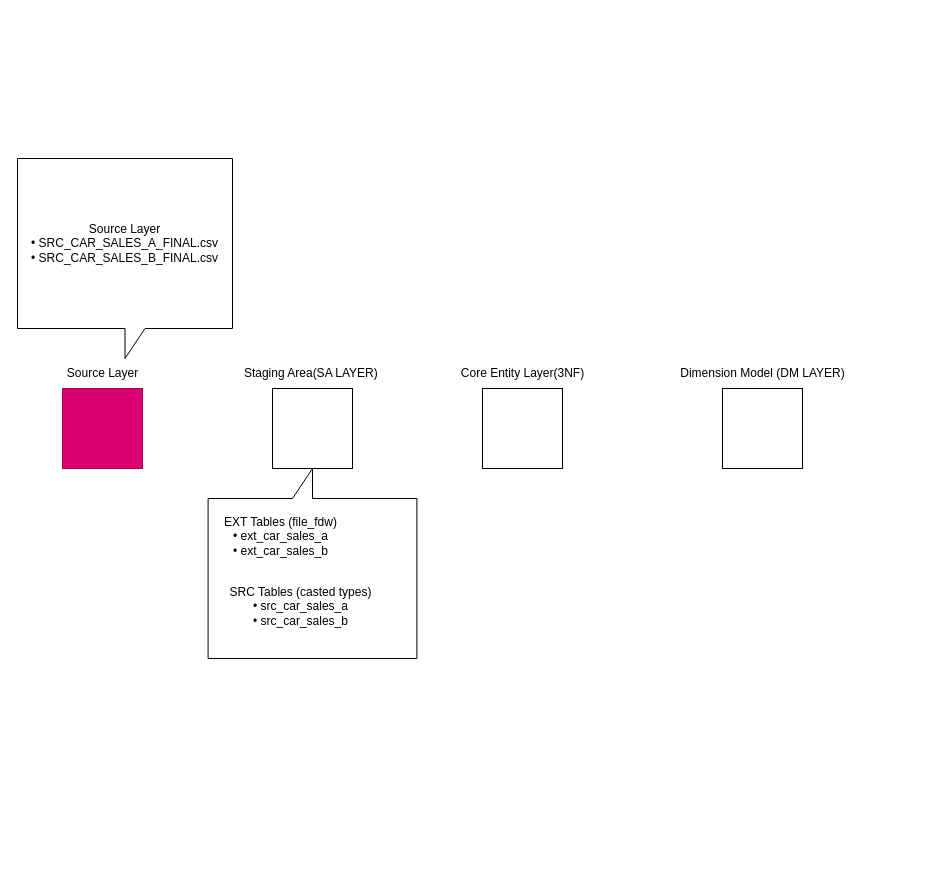
The draw.io diagram Task8.drawio in SergejusSG/git-demo1, before the edit. Source tidied: cells renumbered, new cells numbered last; positions are measured from the earlier drawing's top-left corner, leaving out a move shared by most shapes. Both pictures are drawn from the tidied source at 100%, with x=0, y=0 at pixel (17, 158).
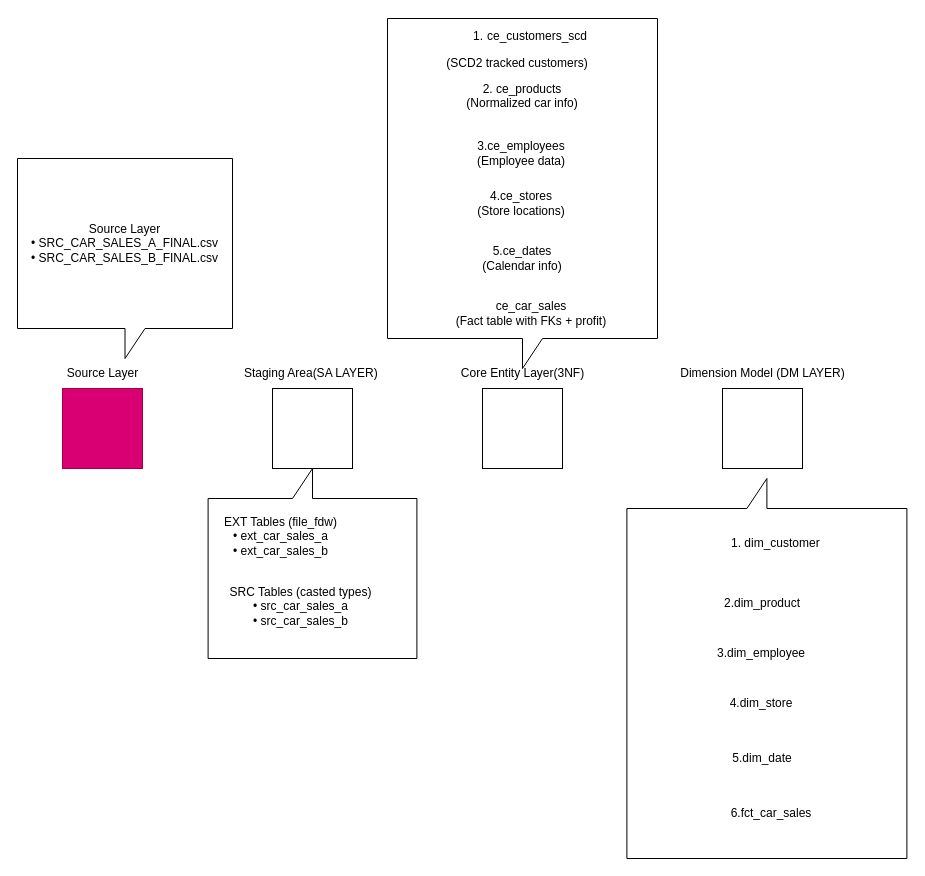
The same page after the edit.

What changed in the source:
```diff
@@
-    <mxCell id="11" style="shape=callout;whiteSpace=wrap;html=1;perimeter=calloutPerimeter;rotation=-180;" parent="1" vertex="1">
+    <mxCell id="11" style="shape=callout;whiteSpace=wrap;html=1;perimeter=calloutPerimeter;rotation=-180;fontColor=light-dark(#000000,#1846FF);" parent="1" vertex="1">
       <mxGeometry x="190.6" y="310" width="208.8" height="190" as="geometry" />
     </mxCell>
@@
+    <mxCell id="14" style="shape=callout;whiteSpace=wrap;html=1;perimeter=calloutPerimeter;" parent="1" vertex="1">
+      <mxGeometry x="370" y="-140" width="270" height="350" as="geometry" />
+    </mxCell>
+    <mxCell id="15" value="&lt;ol&gt;&lt;li&gt;ce_customers_scd&lt;br&gt;&lt;/li&gt;&lt;/ol&gt;(SCD2 tracked customers)" style="text;html=1;align=center;verticalAlign=middle;whiteSpace=wrap;rounded=0;" parent="1" vertex="1">
+      <mxGeometry x="385" y="-130" width="230" height="30" as="geometry" />
+    </mxCell>
+    <mxCell id="16" value="&lt;div&gt;2. ce_products&lt;/div&gt;&lt;div&gt;(Normalized car info)&lt;/div&gt;&lt;div&gt;&lt;br&gt;&lt;/div&gt;" style="text;html=1;align=center;verticalAlign=middle;whiteSpace=wrap;rounded=0;" parent="1" vertex="1">
+      <mxGeometry x="400" y="-70" width="210" height="30" as="geometry" />
+    </mxCell>
+    <mxCell id="17" value="3.ce_employees&lt;br&gt;(Employee data)" style="text;html=1;align=center;verticalAlign=middle;whiteSpace=wrap;rounded=0;" parent="1" vertex="1">
+      <mxGeometry x="394.4" y="-20" width="220" height="30" as="geometry" />
+    </mxCell>
+    <mxCell id="18" value="4.ce_stores&lt;br&gt;(Store locations)" style="text;html=1;align=center;verticalAlign=middle;whiteSpace=wrap;rounded=0;" parent="1" vertex="1">
+      <mxGeometry x="399.4" y="30" width="210" height="30" as="geometry" />
+    </mxCell>
+    <mxCell id="19" value="5.ce_dates&lt;br&gt;(Calendar info)" style="text;html=1;align=center;verticalAlign=middle;whiteSpace=wrap;rounded=0;" parent="1" vertex="1">
+      <mxGeometry x="395" y="85" width="220" height="30" as="geometry" />
+    </mxCell>
+    <mxCell id="20" value="ce_car_sales&#10;(Fact table with FKs + profit)" style="text;html=1;align=center;verticalAlign=middle;whiteSpace=wrap;rounded=0;" parent="1" vertex="1">
+      <mxGeometry x="399.4" y="140" width="230" height="30" as="geometry" />
+    </mxCell>
+    <mxCell id="21" style="shape=callout;whiteSpace=wrap;html=1;perimeter=calloutPerimeter;rotation=-180;" parent="1" vertex="1">
+      <mxGeometry x="609.4" y="320" width="280" height="380" as="geometry" />
+    </mxCell>
+    <mxCell id="22" value="&lt;ol&gt;&lt;li&gt;dim_customer&lt;/li&gt;&lt;/ol&gt;" style="text;html=1;align=center;verticalAlign=middle;whiteSpace=wrap;rounded=0;" parent="1" vertex="1">
+      <mxGeometry x="630" y="370" width="230" height="30" as="geometry" />
+    </mxCell>
+    <mxCell id="23" value="&lt;div&gt;2.dim_product&lt;/div&gt;" style="text;html=1;align=center;verticalAlign=middle;whiteSpace=wrap;rounded=0;" parent="1" vertex="1">
+      <mxGeometry x="640" y="430" width="210" height="30" as="geometry" />
+    </mxCell>
+    <mxCell id="24" value="3.dim_employee" style="text;html=1;align=center;verticalAlign=middle;whiteSpace=wrap;rounded=0;" parent="1" vertex="1">
+      <mxGeometry x="634.4" y="480" width="220" height="30" as="geometry" />
+    </mxCell>
+    <mxCell id="25" value="4.dim_store" style="text;html=1;align=center;verticalAlign=middle;whiteSpace=wrap;rounded=0;" parent="1" vertex="1">
+      <mxGeometry x="639.4" y="530" width="210" height="30" as="geometry" />
+    </mxCell>
+    <mxCell id="26" value="5.dim_date" style="text;html=1;align=center;verticalAlign=middle;whiteSpace=wrap;rounded=0;" parent="1" vertex="1">
+      <mxGeometry x="635" y="585" width="220" height="30" as="geometry" />
+    </mxCell>
+    <mxCell id="27" value="6.fct_car_sales" style="text;html=1;align=center;verticalAlign=middle;whiteSpace=wrap;rounded=0;" parent="1" vertex="1">
+      <mxGeometry x="639.4" y="640" width="230" height="30" as="geometry" />
+    </mxCell>
```
